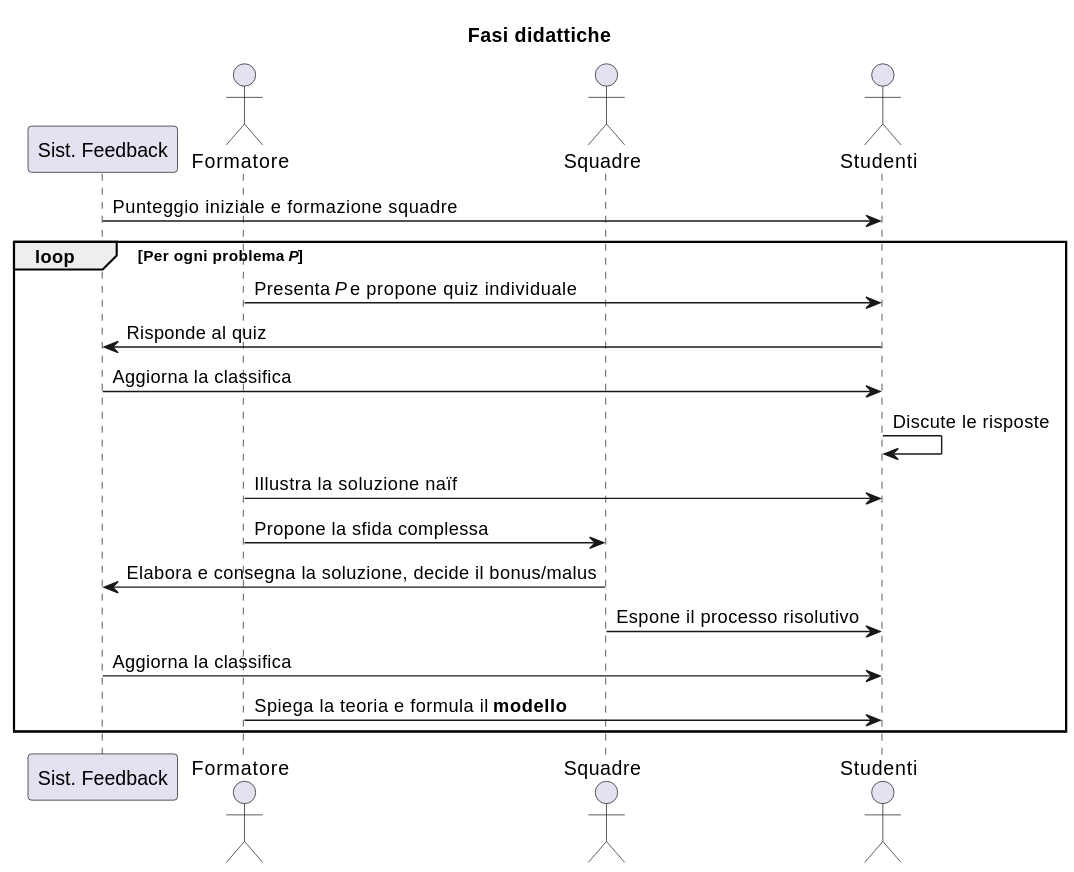
Above: assets/sequenza_fasi_didattiche.svg in gionatamassibenincasa/il-modello-tra-problema-e-soluzione (PlantUML), before the change.
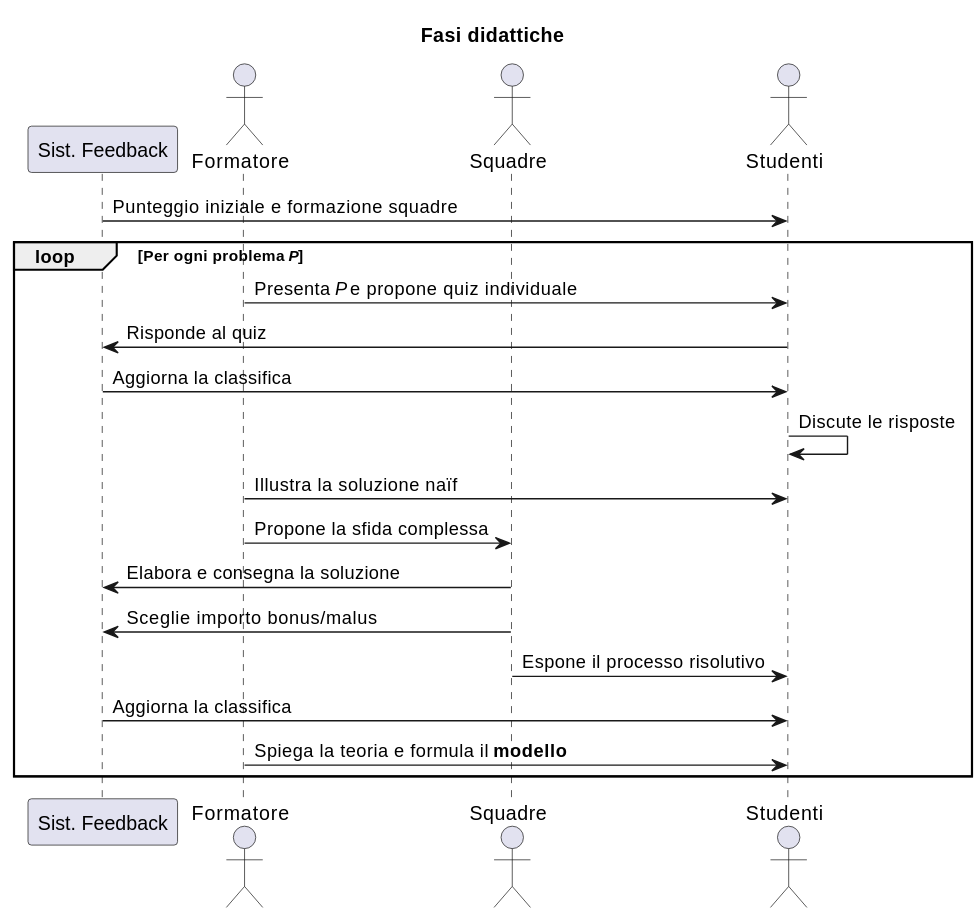
After the commit.

Change to the diagram source:
```diff
@@ -16,7 +16,8 @@
     C -> C: Discute le risposte
     I -> C: Illustra la soluzione naïf
     I -> G: Propone la sfida complessa
-    G -> S: Elabora e consegna la soluzione, decide il bonus/malus
+    G -> S: Elabora e consegna la soluzione
+    G -> S: Sceglie importo bonus/malus
     G -> C: Espone il processo risolutivo
     S -> C: Aggiorna la classifica
     I -> C: Spiega la teoria e formula il **modello**
```
